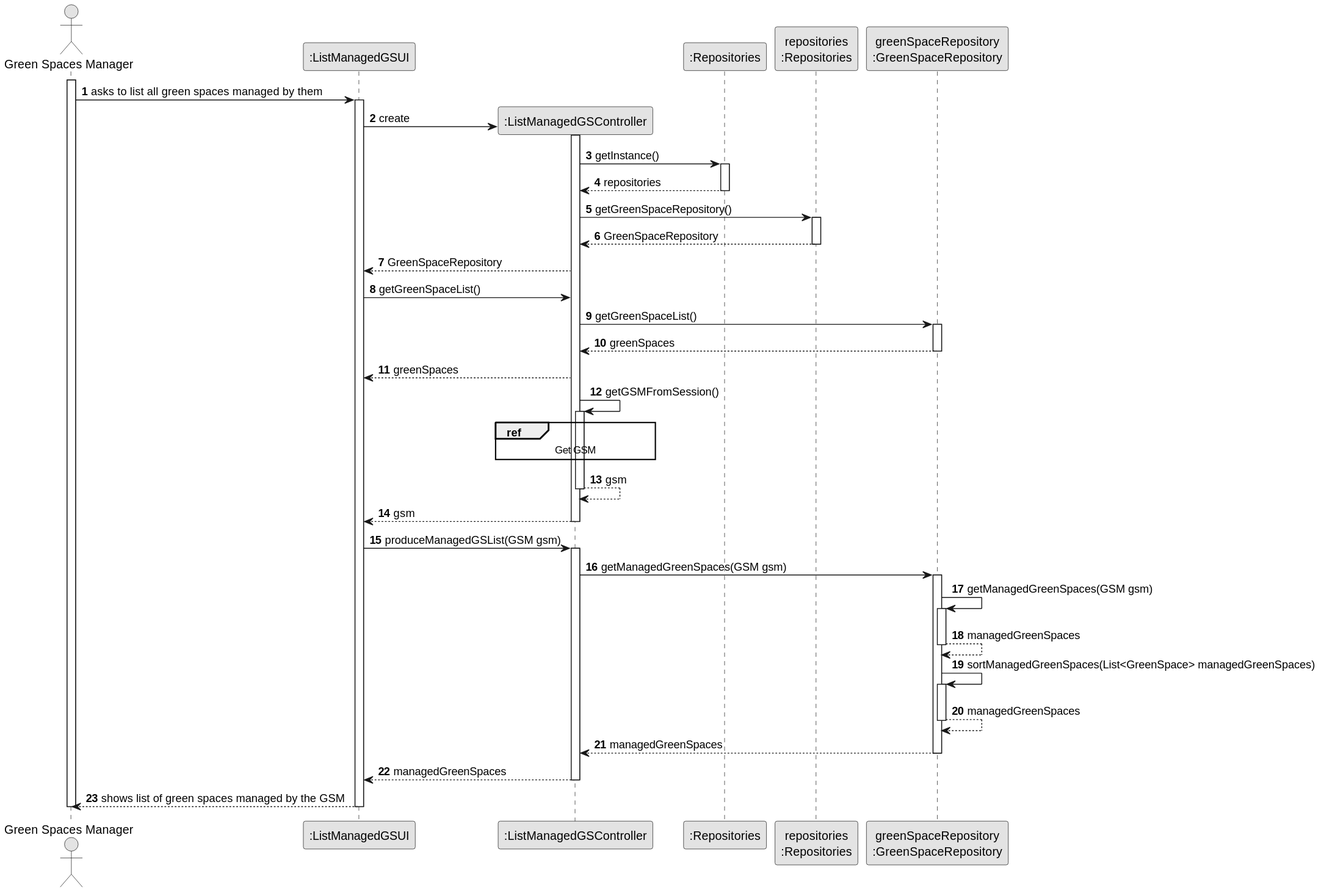
The PlantUML diagram docs/sprint3/us027/03.design/svg/us027-sequence-diagram-full.svg in tiagosoa/lei-24-s2-1dgh-g073, before a commit.
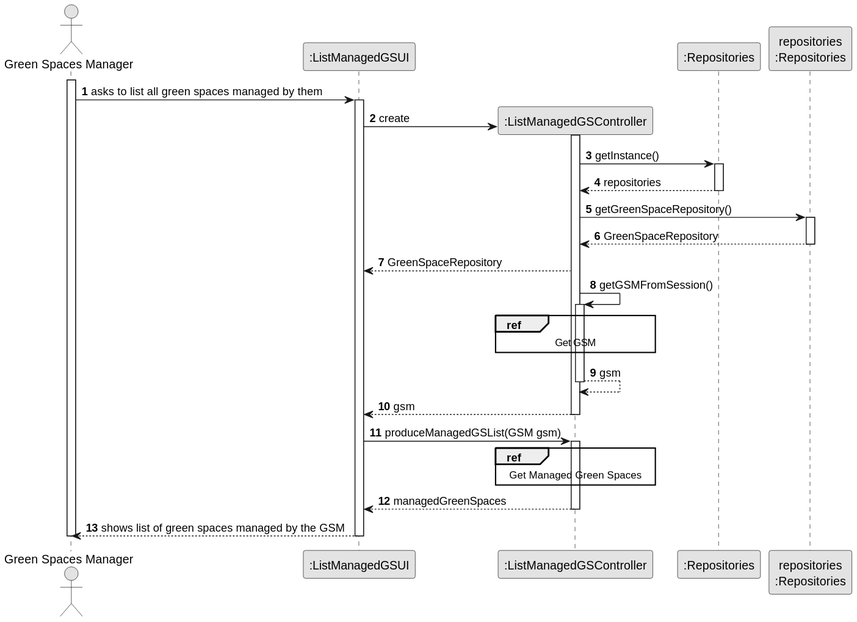
After the change.

Diff of the diagram source:
```diff
@@ -10,7 +10,6 @@
 participant ":ListManagedGSController" as CTRL
 participant ":Repositories" as RepositorySingleton
 participant "repositories\n:Repositories" as PLAT
-participant "greenSpaceRepository\n:GreenSpaceRepository" as GSR
 
 activate ADM
 
@@ -35,14 +34,7 @@
                                  deactivate PLAT
                                  CTRL --> UI : GreenSpaceRepository
 
-                                  UI -> CTRL : getGreenSpaceList()
-                                                             CTRL -> GSR : getGreenSpaceList()
-                                                             activate GSR
 
-                                                             GSR --> CTRL : greenSpaces
-                                                             deactivate GSR
-
-                                                             CTRL --> UI : greenSpaces
 
 
                                                                       CTRL -> CTRL : getGSMFromSession()
@@ -63,25 +55,9 @@
         UI -> CTRL : produceManagedGSList(GSM gsm)
         activate CTRL
 
-            CTRL -> GSR: getManagedGreenSpaces(GSM gsm)
-            activate GSR
-
-                GSR -> GSR: getManagedGreenSpaces(GSM gsm)
-                activate GSR
-
-                GSR --> GSR: managedGreenSpaces
-                deactivate GSR
-
-                GSR -> GSR: sortManagedGreenSpaces(List<GreenSpace> managedGreenSpaces)
-                                activate GSR
-
-                                GSR --> GSR: managedGreenSpaces
-                                deactivate GSR
-
-
-                GSR --> CTRL : managedGreenSpaces
-
-            deactivate GSR
+            ref over CTRL
+            Get Managed Green Spaces
+            end
 
             CTRL --> UI: managedGreenSpaces
             deactivate CTRL
```
